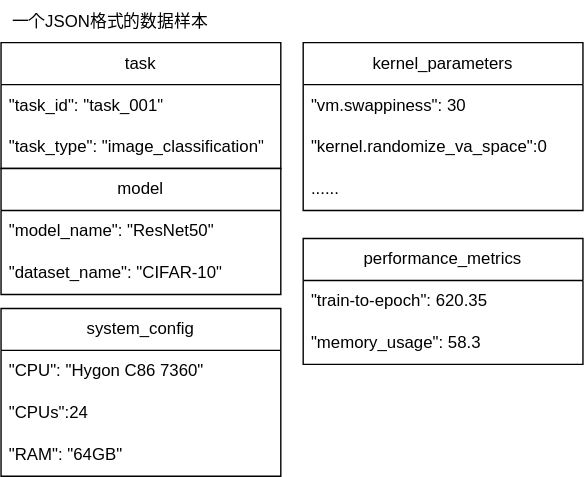
This is 数据集格式.svg from Dong-J93/_pictures, a draw.io export, as it was before one commit. Source tidied: cells renumbered, new cells last; positions are measured from the earlier drawing's top-left corner, leaving out a move shared by most shapes.
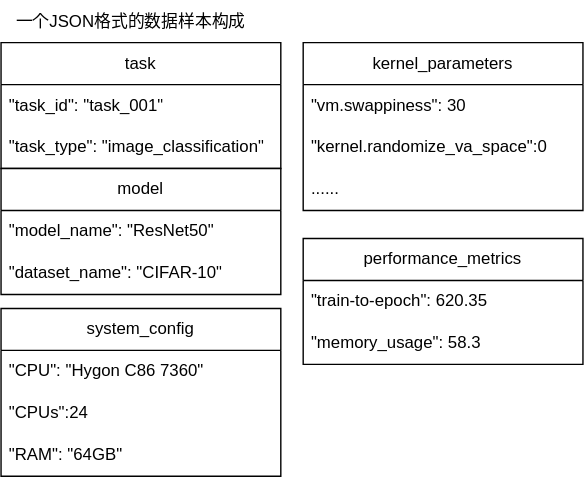
The same diagram one commit later.

Commit message:
更新数据集格式.svg

Change to the diagram source:
```diff
@@ -53,8 +53,8 @@
     <mxCell id="18" value="&lt;div&gt;&lt;span style=&quot;background-color: transparent; color: light-dark(rgb(0, 0, 0), rgb(255, 255, 255));&quot;&gt;&quot;memory_usage&quot;: 58.3&lt;/span&gt;&lt;/div&gt;" style="text;strokeColor=none;fillColor=none;align=left;verticalAlign=middle;spacingLeft=4;spacingRight=4;overflow=hidden;whiteSpace=wrap;html=1;" parent="16" vertex="1">
       <mxGeometry y="60" width="200" height="30" as="geometry" />
     </mxCell>
-    <mxCell id="19" value="一个JSON格式的数据样本" style="text;html=1;align=center;verticalAlign=middle;whiteSpace=wrap;rounded=0;" parent="1" vertex="1">
-      <mxGeometry width="156" height="30" as="geometry" />
+    <mxCell id="19" value="一个JSON格式的数据样本构成" style="text;html=1;align=center;verticalAlign=middle;whiteSpace=wrap;rounded=0;" parent="1" vertex="1">
+      <mxGeometry width="186" height="30" as="geometry" />
     </mxCell>
   </root>
 </mxGraphModel>
```
